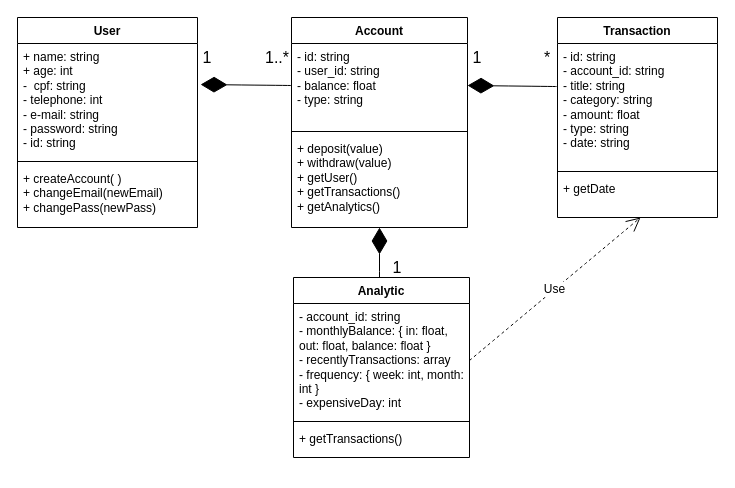
Above: page "Página-1" (1 of 3) of _documentação/diagrams.drawio in gabrielgallan/Transactions_Analytics_App (draw.io), before the change. Source tidied: cells renumbered, new cells numbered last; positions are measured from the earlier drawing's top-left corner, leaving out a move shared by most shapes. Both pictures are drawn from the tidied source at 100%, with x=0, y=0 at pixel (17, 17).
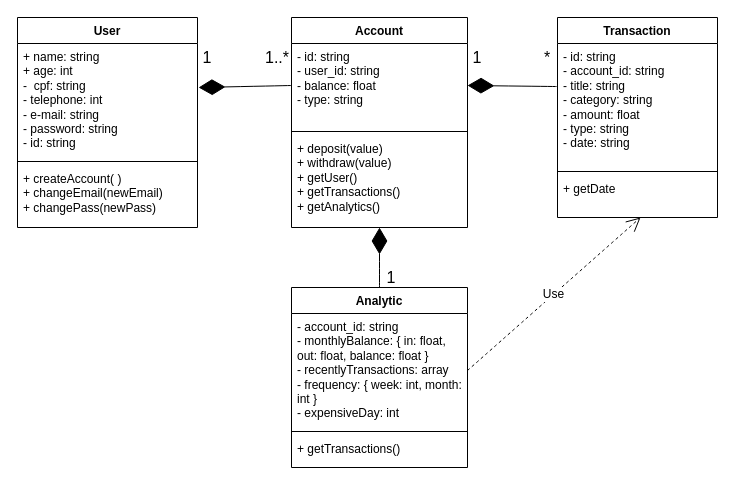
After the change.

The change refers to these unchanged cells:
```xml
<mxCell id="3" value="+ name: string&lt;div&gt;+ age: int&lt;br&gt;&lt;div&gt;-&amp;nbsp; cpf: string&lt;/div&gt;&lt;div&gt;- telephone: int&lt;/div&gt;&lt;/div&gt;&lt;div&gt;- e-mail: string&lt;/div&gt;&lt;div&gt;- password: string&lt;/div&gt;&lt;div&gt;- id: string&lt;/div&gt;" style="text;strokeColor=none;fillColor=none;align=left;verticalAlign=top;spacingLeft=4;spacingRight=4;overflow=hidden;points=[[0,0.5],[1,0.5]];portConstraint=eastwest;whiteSpace=wrap;html=1;" parent="2" vertex="1">
  <mxGeometry y="26" width="180" height="114" as="geometry" />
</mxCell>
<mxCell id="7" value="- id: string&lt;div&gt;- user_id: string&lt;/div&gt;&lt;div&gt;- balance: float&lt;/div&gt;&lt;div&gt;- type: string&lt;/div&gt;" style="text;strokeColor=none;fillColor=none;align=left;verticalAlign=top;spacingLeft=4;spacingRight=4;overflow=hidden;points=[[0,0.5],[1,0.5]];portConstraint=eastwest;whiteSpace=wrap;html=1;" parent="6" vertex="1">
  <mxGeometry y="26" width="176" height="84" as="geometry" />
</mxCell>
<mxCell id="9" value="+ deposit(value)&lt;div&gt;+ withdraw(value)&lt;/div&gt;&lt;div&gt;+ getUser()&lt;/div&gt;&lt;div&gt;+ getTransactions()&lt;/div&gt;&lt;div&gt;+ getAnalytics()&lt;/div&gt;" style="text;strokeColor=none;fillColor=none;align=left;verticalAlign=top;spacingLeft=4;spacingRight=4;overflow=hidden;points=[[0,0.5],[1,0.5]];portConstraint=eastwest;whiteSpace=wrap;html=1;" parent="6" vertex="1">
  <mxGeometry y="118" width="176" height="92" as="geometry" />
</mxCell>
```

Diff of the diagram source:
```diff
@@
     <mxCell id="14" value="Analytic" style="swimlane;fontStyle=1;align=center;verticalAlign=top;horizontal=1;startSize=26;whiteSpace=wrap;html=1;" parent="1" vertex="1">
-      <mxGeometry x="276" y="260" width="176" height="180" as="geometry" />
+      <mxGeometry x="274" y="270" width="176" height="180" as="geometry" />
     </mxCell>
@@
-    <mxCell id="19" style="endArrow=diamondThin;endFill=1;endSize=24;html=1;rounded=0;fontSize=12;curved=1;exitX=0;exitY=0.5;exitDx=0;exitDy=0;entryX=1.017;entryY=0.36;entryDx=0;entryDy=0;entryPerimeter=0;" parent="1" edge="1" source="7" target="3">
+    <mxCell id="19" style="endArrow=diamondThin;endFill=1;endSize=24;html=1;rounded=0;fontSize=12;curved=1;exitX=0;exitY=0.5;exitDx=0;exitDy=0;entryX=1.006;entryY=0.386;entryDx=0;entryDy=0;entryPerimeter=0;" parent="1" edge="1" source="7" target="3">
       <mxGeometry relative="1" as="geometry" />
     </mxCell>
@@
-    <mxCell id="24" style="endArrow=diamondThin;endFill=1;endSize=24;html=1;rounded=0;fontSize=12;curved=1;entryX=0.5;entryY=1;entryDx=0;entryDy=0;entryPerimeter=0;" parent="1" edge="1" target="9">
-      <mxGeometry relative="1" as="geometry">
-        <mxPoint x="362" y="260" as="sourcePoint" />
-      </mxGeometry>
+    <mxCell id="24" style="endArrow=diamondThin;endFill=1;endSize=24;html=1;rounded=0;fontSize=12;curved=1;entryX=0.5;entryY=1;entryDx=0;entryDy=0;entryPerimeter=0;exitX=0.5;exitY=0;exitDx=0;exitDy=0;" parent="1" edge="1" source="14" target="9">
+      <mxGeometry relative="1" as="geometry" />
     </mxCell>
     <mxCell id="25" value="1" style="text;strokeColor=none;fillColor=none;html=1;align=center;verticalAlign=middle;whiteSpace=wrap;rounded=0;fontSize=16;" parent="1" vertex="1">
-      <mxGeometry x="370" y="240" width="20" height="20" as="geometry" />
+      <mxGeometry x="364" y="250" width="20" height="20" as="geometry" />
     </mxCell>
```
